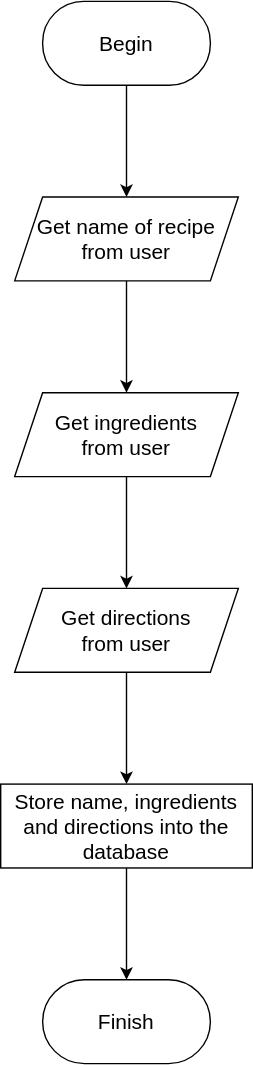
Before: Final/Culminating/Planning/WatsonCookbooksJW-AddRecipeFlowchart.drawio.svg, a diagram exported from draw.io (TuisDev/online-java). Source tidied: cells renumbered, new cells last; positions are measured from the earlier drawing's top-left corner, leaving out a move shared by most shapes. The source it was exported from:
```xml
<mxGraphModel>
  <root>
    <mxCell id="0" />
    <mxCell id="1" parent="0" />
    <mxCell id="2" style="edgeStyle=orthogonalEdgeStyle;rounded=0;jettySize=auto;html=1;fontSize=15;" parent="1" edge="1" source="3">
      <mxGeometry relative="1" as="geometry">
        <mxPoint x="90" y="140" as="targetPoint" />
      </mxGeometry>
    </mxCell>
    <mxCell id="3" value="&lt;font style=&quot;font-size: 15px;&quot;&gt;Begin&lt;/font&gt;" style="rounded=1;whiteSpace=wrap;html=1;arcSize=49;fontSize=15;" parent="1" vertex="1">
      <mxGeometry x="30" width="120" height="60" as="geometry" />
    </mxCell>
    <mxCell id="4" style="edgeStyle=orthogonalEdgeStyle;rounded=0;jettySize=auto;html=1;" parent="1" edge="1" source="5" target="7">
      <mxGeometry relative="1" as="geometry" />
    </mxCell>
    <mxCell id="5" value="Get name of recipe from user" style="shape=parallelogram;perimeter=parallelogramPerimeter;whiteSpace=wrap;html=1;fixedSize=1;fontSize=15;" parent="1" vertex="1">
      <mxGeometry x="10" y="140" width="160" height="60" as="geometry" />
    </mxCell>
    <mxCell id="6" style="edgeStyle=orthogonalEdgeStyle;rounded=0;jettySize=auto;html=1;" parent="1" edge="1" source="7" target="9">
      <mxGeometry relative="1" as="geometry" />
    </mxCell>
    <mxCell id="7" value="Get ingredients&lt;br&gt;from user" style="shape=parallelogram;perimeter=parallelogramPerimeter;whiteSpace=wrap;html=1;fixedSize=1;fontSize=15;" parent="1" vertex="1">
      <mxGeometry x="10" y="280" width="160" height="60" as="geometry" />
    </mxCell>
    <mxCell id="8" style="edgeStyle=orthogonalEdgeStyle;rounded=0;jettySize=auto;html=1;" parent="1" edge="1" source="9" target="11">
      <mxGeometry relative="1" as="geometry" />
    </mxCell>
    <mxCell id="9" value="Get directions&lt;br&gt;from user" style="shape=parallelogram;perimeter=parallelogramPerimeter;whiteSpace=wrap;html=1;fixedSize=1;fontSize=15;" parent="1" vertex="1">
      <mxGeometry x="10" y="420" width="160" height="60" as="geometry" />
    </mxCell>
    <mxCell id="10" style="edgeStyle=orthogonalEdgeStyle;rounded=0;jettySize=auto;html=1;" parent="1" edge="1" source="11" target="12">
      <mxGeometry relative="1" as="geometry" />
    </mxCell>
    <mxCell id="11" value="Store name, ingredients and directions into the database" style="whiteSpace=wrap;html=1;fontSize=15;" parent="1" vertex="1">
      <mxGeometry y="560" width="180" height="60" as="geometry" />
    </mxCell>
    <mxCell id="12" value="Finish" style="rounded=1;whiteSpace=wrap;html=1;fontSize=15;arcSize=50;" parent="1" vertex="1">
      <mxGeometry x="30" y="700" width="120" height="60" as="geometry" />
    </mxCell>
  </root>
</mxGraphModel>
```
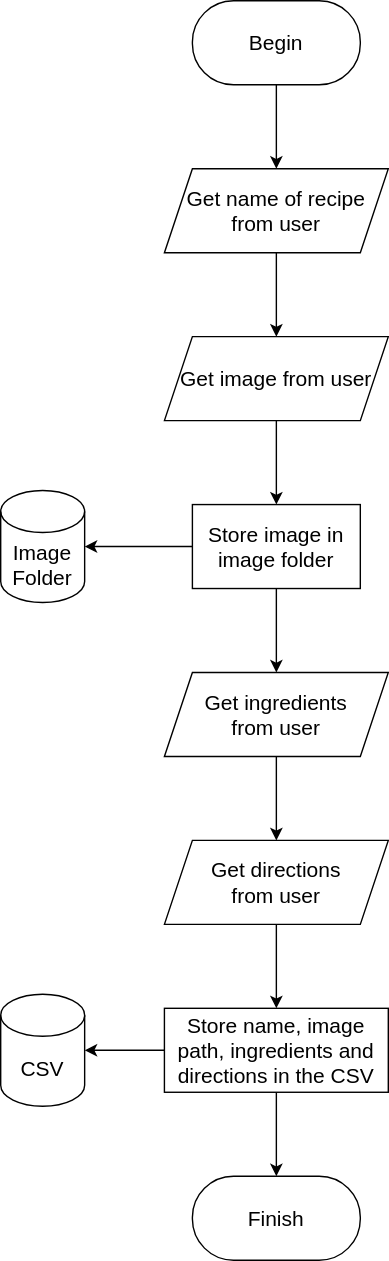
The same diagram one commit later.

Diff of the diagram source:
```diff
@@ -2,40 +2,62 @@
   <root>
     <mxCell id="0" />
     <mxCell id="1" parent="0" />
-    <mxCell id="2" style="edgeStyle=orthogonalEdgeStyle;rounded=0;jettySize=auto;html=1;fontSize=15;" parent="1" edge="1" source="3">
-      <mxGeometry relative="1" as="geometry">
-        <mxPoint x="90" y="140" as="targetPoint" />
-      </mxGeometry>
-    </mxCell>
+    <mxCell id="13" style="edgeStyle=orthogonalEdgeStyle;rounded=0;jettySize=auto;html=1;" parent="1" edge="1" source="3" target="5">
+      <mxGeometry relative="1" as="geometry" />
+    </mxCell>
     <mxCell id="3" value="&lt;font style=&quot;font-size: 15px;&quot;&gt;Begin&lt;/font&gt;" style="rounded=1;whiteSpace=wrap;html=1;arcSize=49;fontSize=15;" parent="1" vertex="1">
-      <mxGeometry x="30" width="120" height="60" as="geometry" />
+      <mxGeometry x="30" y="30" width="120" height="60" as="geometry" />
     </mxCell>
-    <mxCell id="4" style="edgeStyle=orthogonalEdgeStyle;rounded=0;jettySize=auto;html=1;" parent="1" edge="1" source="5" target="7">
-      <mxGeometry relative="1" as="geometry" />
-    </mxCell>
+    <mxCell id="14" style="edgeStyle=orthogonalEdgeStyle;rounded=0;jettySize=auto;html=1;" parent="1" edge="1" source="5" target="17">
+      <mxGeometry relative="1" as="geometry" />
+    </mxCell>
     <mxCell id="5" value="Get name of recipe from user" style="shape=parallelogram;perimeter=parallelogramPerimeter;whiteSpace=wrap;html=1;fixedSize=1;fontSize=15;" parent="1" vertex="1">
-      <mxGeometry x="10" y="140" width="160" height="60" as="geometry" />
+      <mxGeometry x="10" y="150" width="160" height="60" as="geometry" />
     </mxCell>
     <mxCell id="6" style="edgeStyle=orthogonalEdgeStyle;rounded=0;jettySize=auto;html=1;" parent="1" edge="1" source="7" target="9">
       <mxGeometry relative="1" as="geometry" />
     </mxCell>
     <mxCell id="7" value="Get ingredients&lt;br&gt;from user" style="shape=parallelogram;perimeter=parallelogramPerimeter;whiteSpace=wrap;html=1;fixedSize=1;fontSize=15;" parent="1" vertex="1">
-      <mxGeometry x="10" y="280" width="160" height="60" as="geometry" />
+      <mxGeometry x="10" y="510" width="160" height="60" as="geometry" />
     </mxCell>
-    <mxCell id="8" style="edgeStyle=orthogonalEdgeStyle;rounded=0;jettySize=auto;html=1;" parent="1" edge="1" source="9" target="11">
-      <mxGeometry relative="1" as="geometry" />
-    </mxCell>
+    <mxCell id="15" style="edgeStyle=orthogonalEdgeStyle;rounded=0;jettySize=auto;html=1;" parent="1" edge="1" source="9" target="24">
+      <mxGeometry relative="1" as="geometry" />
+    </mxCell>
     <mxCell id="9" value="Get directions&lt;br&gt;from user" style="shape=parallelogram;perimeter=parallelogramPerimeter;whiteSpace=wrap;html=1;fixedSize=1;fontSize=15;" parent="1" vertex="1">
-      <mxGeometry x="10" y="420" width="160" height="60" as="geometry" />
+      <mxGeometry x="10" y="630" width="160" height="60" as="geometry" />
     </mxCell>
-    <mxCell id="10" style="edgeStyle=orthogonalEdgeStyle;rounded=0;jettySize=auto;html=1;" parent="1" edge="1" source="11" target="12">
-      <mxGeometry relative="1" as="geometry" />
-    </mxCell>
-    <mxCell id="11" value="Store name, ingredients and directions into the database" style="whiteSpace=wrap;html=1;fontSize=15;" parent="1" vertex="1">
-      <mxGeometry y="560" width="180" height="60" as="geometry" />
-    </mxCell>
+    <mxCell id="16" style="edgeStyle=orthogonalEdgeStyle;rounded=0;jettySize=auto;html=1;" parent="1" edge="1" source="17" target="21">
+      <mxGeometry relative="1" as="geometry" />
+    </mxCell>
+    <mxCell id="17" value="Get image from user" style="shape=parallelogram;perimeter=parallelogramPerimeter;whiteSpace=wrap;html=1;fixedSize=1;fontSize=15;" parent="1" vertex="1">
+      <mxGeometry x="10" y="270" width="160" height="60" as="geometry" />
+    </mxCell>
+    <mxCell id="18" value="Image&lt;br style=&quot;font-size: 15px;&quot;&gt;Folder" style="shape=cylinder3;whiteSpace=wrap;html=1;boundedLbl=1;backgroundOutline=1;size=15;fontSize=15;" parent="1" vertex="1">
+      <mxGeometry x="-107" y="380" width="60" height="80" as="geometry" />
+    </mxCell>
+    <mxCell id="19" style="edgeStyle=orthogonalEdgeStyle;rounded=0;jettySize=auto;html=1;" parent="1" edge="1" source="21" target="18">
+      <mxGeometry relative="1" as="geometry" />
+    </mxCell>
+    <mxCell id="20" style="edgeStyle=orthogonalEdgeStyle;rounded=0;jettySize=auto;html=1;" parent="1" edge="1" source="21" target="7">
+      <mxGeometry relative="1" as="geometry" />
+    </mxCell>
+    <mxCell id="21" value="Store image in image folder" style="rounded=0;whiteSpace=wrap;html=1;fontSize=15;" parent="1" vertex="1">
+      <mxGeometry x="30" y="390" width="120" height="60" as="geometry" />
+    </mxCell>
+    <mxCell id="22" style="edgeStyle=orthogonalEdgeStyle;rounded=0;jettySize=auto;html=1;" parent="1" edge="1" source="24" target="25">
+      <mxGeometry relative="1" as="geometry" />
+    </mxCell>
+    <mxCell id="23" style="edgeStyle=orthogonalEdgeStyle;rounded=0;jettySize=auto;html=1;" parent="1" edge="1" source="24" target="12">
+      <mxGeometry relative="1" as="geometry" />
+    </mxCell>
+    <mxCell id="24" value="Store name, image path, ingredients and directions in the CSV" style="rounded=0;whiteSpace=wrap;html=1;fontSize=15;" parent="1" vertex="1">
+      <mxGeometry x="10" y="750" width="160" height="60" as="geometry" />
+    </mxCell>
+    <mxCell id="25" value="CSV" style="shape=cylinder3;whiteSpace=wrap;html=1;boundedLbl=1;backgroundOutline=1;size=15;fontSize=15;" parent="1" vertex="1">
+      <mxGeometry x="-107" y="740" width="60" height="80" as="geometry" />
+    </mxCell>
-    <mxCell id="12" value="Finish" style="rounded=1;whiteSpace=wrap;html=1;fontSize=15;arcSize=50;" parent="1" vertex="1">
-      <mxGeometry x="30" y="700" width="120" height="60" as="geometry" />
+    <mxCell id="12" value="&lt;font style=&quot;font-size: 15px;&quot;&gt;Finish&lt;/font&gt;" style="rounded=1;whiteSpace=wrap;html=1;arcSize=49;fontSize=15;" parent="1" vertex="1">
+      <mxGeometry x="30" y="870" width="120" height="60" as="geometry" />
     </mxCell>
   </root>
 </mxGraphModel>
```
